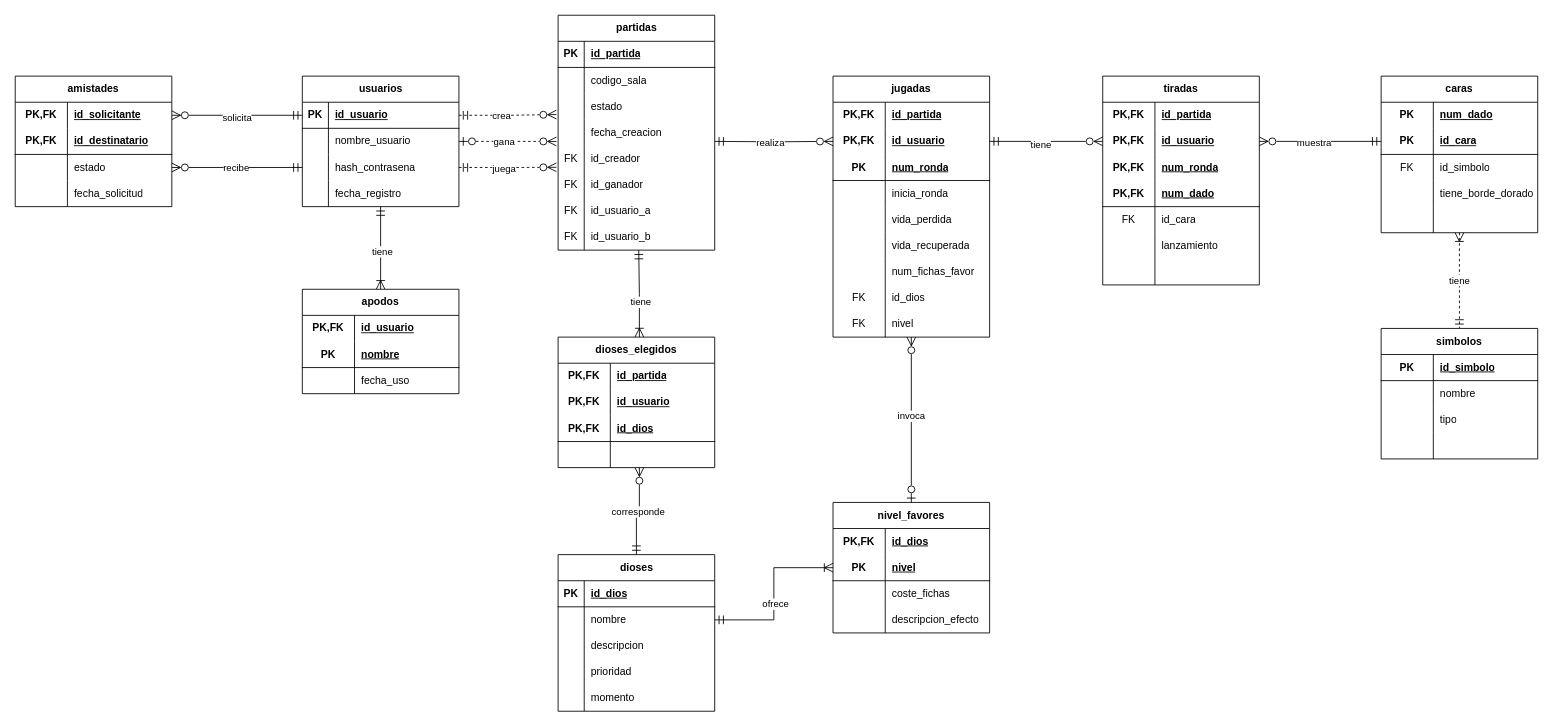
The draw.io diagram page "modelo-relacional-v3" (4 of 4) of diagrams/modelado-proyecto-orlog.drawio in observadoro/mer, before the edit. Source tidied: cells renumbered, new cells numbered last; positions are measured from the earlier drawing's top-left corner, leaving out a move shared by most shapes. Both pictures are drawn from the tidied source at 87%, with x=0, y=0 at pixel (15, 15).
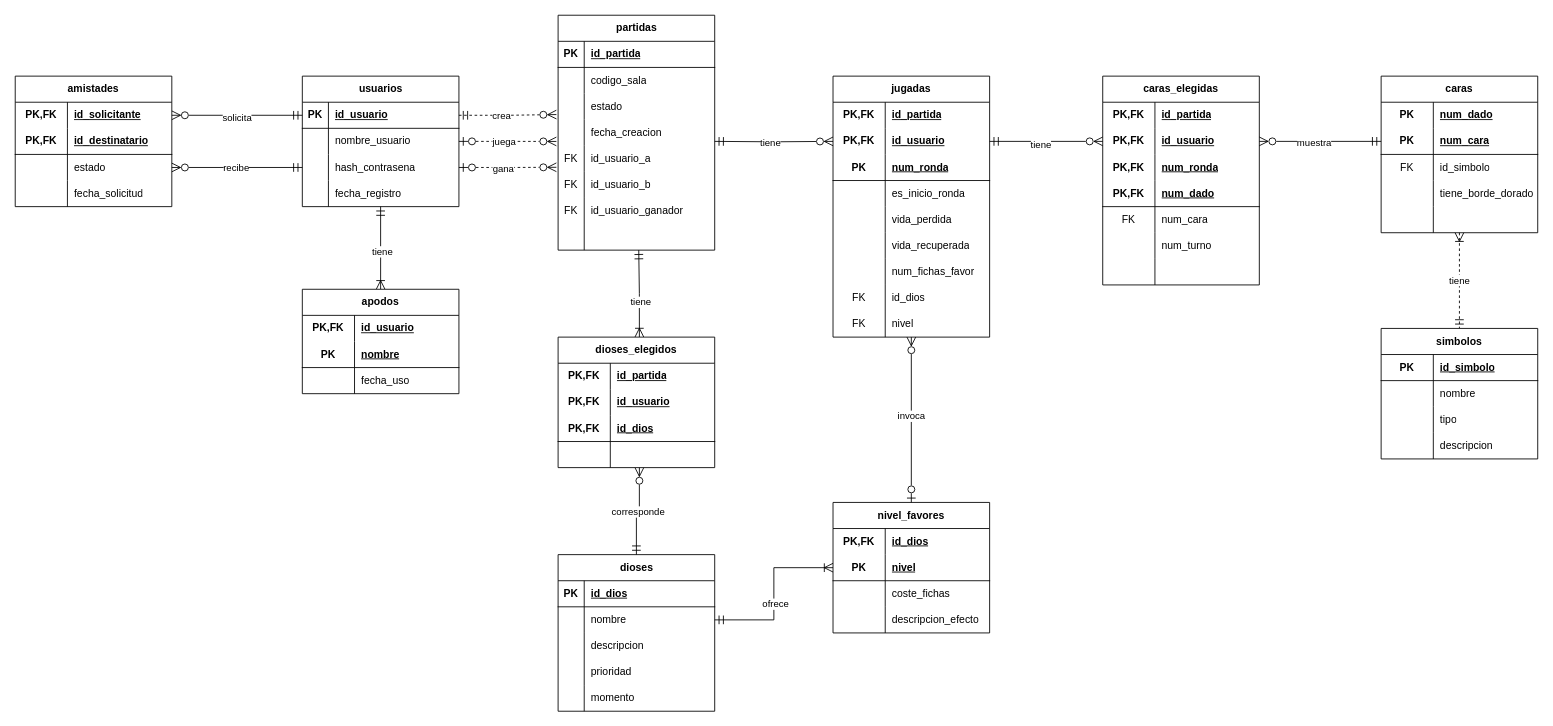
After the change.

Commit message:
Se ajustó tablas, nombres y atributos.

Unchanged cells that the change refers to:
```xml
<mxCell id="11" style="shape=tableRow;horizontal=0;startSize=0;swimlaneHead=0;swimlaneBody=0;fillColor=none;points=[[0,0.5],[1,0.5]];portConstraint=eastwest;top=0;left=0;right=0;bottom=0;" parent="4" vertex="1">
  <mxGeometry y="90" width="180" height="30" as="geometry" />
</mxCell>
<mxCell id="30" style="shape=tableRow;horizontal=0;startSize=0;swimlaneHead=0;swimlaneBody=0;fillColor=none;points=[[0,0.5],[1,0.5]];portConstraint=eastwest;top=0;left=0;right=0;bottom=0;" parent="17" vertex="1">
  <mxGeometry y="150" width="180" height="30" as="geometry" />
</mxCell>
<mxCell id="33" style="shape=tableRow;horizontal=0;startSize=0;swimlaneHead=0;swimlaneBody=0;fillColor=none;top=0;left=0;right=0;bottom=0;" parent="17" vertex="1">
  <mxGeometry y="180" width="180" height="30" as="geometry" />
</mxCell>
<mxCell id="36" style="shape=tableRow;horizontal=0;startSize=0;swimlaneHead=0;swimlaneBody=0;fillColor=none;top=0;left=0;right=0;bottom=0;" parent="17" vertex="1">
  <mxGeometry y="210" width="180" height="30" as="geometry" />
</mxCell>
<mxCell id="39" style="shape=tableRow;horizontal=0;startSize=0;swimlaneHead=0;swimlaneBody=0;fillColor=none;points=[[0,0.5],[1,0.5]];portConstraint=eastwest;top=0;left=0;right=0;bottom=0;" parent="17" vertex="1">
  <mxGeometry y="240" width="180" height="30" as="geometry" />
</mxCell>
<mxCell id="129" style="shape=tableRow;horizontal=0;startSize=0;swimlaneHead=0;swimlaneBody=0;fillColor=none;top=0;left=0;right=0;bottom=0;html=1;" parent="119" vertex="1">
  <mxGeometry y="120" width="180" height="30" as="geometry" />
</mxCell>
<mxCell id="147" style="edgeStyle=orthogonalEdgeStyle;rounded=0;jettySize=auto;html=1;entryX=0;entryY=0.5;entryDx=0;entryDy=0;defaultLabelBackgroundColor=page;endArrow=ERzeroToMany;endFill=0;startArrow=ERmandOne;startFill=0;startSize=8;endSize=8;" parent="1" edge="1" target="123">
  <mxGeometry relative="1" as="geometry">
    <mxPoint x="804" y="145" as="sourcePoint" />
  </mxGeometry>
</mxCell>
<mxCell id="162" style="shape=tableRow;horizontal=0;startSize=0;swimlaneHead=0;swimlaneBody=0;fillColor=none;top=0;left=0;right=0;bottom=0;html=1;" parent="149" vertex="1">
  <mxGeometry y="150" width="180" height="30" as="geometry" />
</mxCell>
<mxCell id="165" style="shape=tableRow;horizontal=0;startSize=0;swimlaneHead=0;swimlaneBody=0;fillColor=none;top=0;left=0;right=0;bottom=0;html=1;" parent="149" vertex="1">
  <mxGeometry y="180" width="180" height="30" as="geometry" />
</mxCell>
<mxCell id="179" style="shape=tableRow;horizontal=0;startSize=0;swimlaneHead=0;swimlaneBody=0;fillColor=none;points=[[0,0.5],[1,0.5]];portConstraint=eastwest;top=0;left=0;right=0;bottom=1;html=1;" parent="175" vertex="1">
  <mxGeometry y="60" width="180" height="30" as="geometry" />
</mxCell>
<mxCell id="205" style="shape=tableRow;horizontal=0;startSize=0;swimlaneHead=0;swimlaneBody=0;fillColor=none;top=0;left=0;right=0;bottom=0;html=1;" parent="195" vertex="1">
  <mxGeometry y="120" width="180" height="30" as="geometry" />
</mxCell>
<mxCell id="210" style="edgeStyle=orthogonalEdgeStyle;rounded=0;jettySize=auto;html=1;entryX=-0.011;entryY=0.836;entryDx=0;entryDy=0;entryPerimeter=0;defaultLabelBackgroundColor=page;endArrow=ERzeroToMany;endFill=0;startArrow=ERzeroToOne;startFill=0;dashed=1;startSize=8;endSize=8;" parent="1" edge="1" source="8" target="27">
  <mxGeometry x="-0.05" relative="1" as="geometry" />
</mxCell>
```

Diff of the diagram source:
```diff
@@
-    <mxCell id="32" value="id_creador" style="shape=partialRectangle;fillColor=none;top=0;left=0;bottom=0;right=0;align=left;spacingLeft=6;overflow=hidden;whiteSpace=wrap;html=1;" parent="30" vertex="1">
+    <mxCell id="32" value="id_usuario_a" style="shape=partialRectangle;fillColor=none;top=0;left=0;bottom=0;right=0;align=left;spacingLeft=6;overflow=hidden;whiteSpace=wrap;html=1;" parent="30" vertex="1">
       <mxGeometry x="30" width="150" height="30" as="geometry" />
     </mxCell>
@@
-    <mxCell id="35" value="id_ganador" style="shape=partialRectangle;fillColor=none;top=0;left=0;bottom=0;right=0;align=left;spacingLeft=6;overflow=hidden;whiteSpace=wrap;html=1;" parent="33" vertex="1">
+    <mxCell id="35" value="id_usuario_b" style="shape=partialRectangle;fillColor=none;top=0;left=0;bottom=0;right=0;align=left;spacingLeft=6;overflow=hidden;whiteSpace=wrap;html=1;" parent="33" vertex="1">
       <mxGeometry x="30" width="150" height="30" as="geometry" />
     </mxCell>
@@
-    <mxCell id="38" value="id_usuario_a" style="shape=partialRectangle;fillColor=none;top=0;left=0;bottom=0;right=0;align=left;spacingLeft=6;overflow=hidden;whiteSpace=wrap;html=1;" parent="36" vertex="1">
+    <mxCell id="38" value="id_usuario_ganador" style="shape=partialRectangle;fillColor=none;top=0;left=0;bottom=0;right=0;align=left;spacingLeft=6;overflow=hidden;whiteSpace=wrap;html=1;" parent="36" vertex="1">
       <mxGeometry x="30" width="150" height="30" as="geometry" />
     </mxCell>
@@
-    <mxCell id="40" value="FK" style="shape=partialRectangle;fillColor=none;top=0;left=0;bottom=0;right=0;overflow=hidden;whiteSpace=wrap;html=1;" parent="39" vertex="1">
+    <mxCell id="40" style="shape=partialRectangle;fillColor=none;top=0;left=0;bottom=0;right=0;overflow=hidden;whiteSpace=wrap;html=1;" parent="39" vertex="1">
       <mxGeometry width="30" height="30" as="geometry" />
     </mxCell>
-    <mxCell id="41" value="id_usuario_b" style="shape=partialRectangle;fillColor=none;top=0;left=0;bottom=0;right=0;align=left;spacingLeft=6;overflow=hidden;whiteSpace=wrap;html=1;" parent="39" vertex="1">
+    <mxCell id="41" style="shape=partialRectangle;fillColor=none;top=0;left=0;bottom=0;right=0;align=left;spacingLeft=6;overflow=hidden;whiteSpace=wrap;html=1;" parent="39" vertex="1">
       <mxGeometry x="30" width="150" height="30" as="geometry" />
     </mxCell>
@@
-    <mxCell id="131" value="inicia_ronda" style="shape=partialRectangle;fillColor=none;top=0;left=0;bottom=0;right=0;align=left;spacingLeft=6;overflow=hidden;html=1;whiteSpace=wrap;" parent="129" vertex="1">
+    <mxCell id="131" value="es_inicio_ronda" style="shape=partialRectangle;fillColor=none;top=0;left=0;bottom=0;right=0;align=left;spacingLeft=6;overflow=hidden;html=1;whiteSpace=wrap;" parent="129" vertex="1">
       <mxGeometry x="60" width="120" height="30" as="geometry" />
     </mxCell>
@@
-    <mxCell id="148" value="realiza" style="edgeLabel;html=1;align=center;verticalAlign=middle;inheritText=1;defaultLabelBackgroundColor=page;" parent="147" vertex="1">
+    <mxCell id="148" value="tiene" style="edgeLabel;html=1;align=center;verticalAlign=middle;inheritText=1;defaultLabelBackgroundColor=page;" parent="147" vertex="1">
       <mxGeometry x="-0.06" y="-1" relative="1" as="geometry" />
     </mxCell>
-    <mxCell id="149" value="tiradas" style="shape=table;startSize=30;childLayout=tableLayout;rowLines=0;fontStyle=1;align=center;html=1;whiteSpace=wrap;" parent="1" vertex="1">
+    <mxCell id="149" value="caras_elegidas" style="shape=table;startSize=30;childLayout=tableLayout;rowLines=0;fontStyle=1;align=center;html=1;whiteSpace=wrap;" parent="1" vertex="1">
       <mxGeometry x="1250" y="70" width="180" height="240" as="geometry" />
     </mxCell>
@@
-    <mxCell id="164" value="id_cara" style="shape=partialRectangle;fillColor=none;top=0;left=0;bottom=0;right=0;align=left;spacingLeft=6;overflow=hidden;html=1;whiteSpace=wrap;" parent="162" vertex="1">
+    <mxCell id="164" value="num_cara" style="shape=partialRectangle;fillColor=none;top=0;left=0;bottom=0;right=0;align=left;spacingLeft=6;overflow=hidden;html=1;whiteSpace=wrap;" parent="162" vertex="1">
       <mxGeometry x="60" width="120" height="30" as="geometry" />
     </mxCell>
@@
-    <mxCell id="167" value="lanzamiento" style="shape=partialRectangle;fillColor=none;top=0;left=0;bottom=0;right=0;align=left;spacingLeft=6;overflow=hidden;html=1;whiteSpace=wrap;" parent="165" vertex="1">
+    <mxCell id="167" value="num_turno" style="shape=partialRectangle;fillColor=none;top=0;left=0;bottom=0;right=0;align=left;spacingLeft=6;overflow=hidden;html=1;whiteSpace=wrap;" parent="165" vertex="1">
       <mxGeometry x="60" width="120" height="30" as="geometry" />
     </mxCell>
@@
-    <mxCell id="181" value="id_cara" style="shape=partialRectangle;fillColor=none;top=0;left=0;bottom=0;right=0;align=left;spacingLeft=6;fontStyle=5;overflow=hidden;html=1;whiteSpace=wrap;" parent="179" vertex="1">
+    <mxCell id="181" value="num_cara" style="shape=partialRectangle;fillColor=none;top=0;left=0;bottom=0;right=0;align=left;spacingLeft=6;fontStyle=5;overflow=hidden;html=1;whiteSpace=wrap;" parent="179" vertex="1">
       <mxGeometry x="60" width="120" height="30" as="geometry" />
     </mxCell>
@@
-    <mxCell id="207" style="shape=partialRectangle;fillColor=none;top=0;left=0;bottom=0;right=0;align=left;spacingLeft=6;overflow=hidden;html=1;whiteSpace=wrap;" parent="205" vertex="1">
+    <mxCell id="207" value="descripcion" style="shape=partialRectangle;fillColor=none;top=0;left=0;bottom=0;right=0;align=left;spacingLeft=6;overflow=hidden;html=1;whiteSpace=wrap;" parent="205" vertex="1">
       <mxGeometry x="60" width="120" height="30" as="geometry" />
     </mxCell>
@@
-    <mxCell id="211" value="gana" style="edgeLabel;html=1;align=center;verticalAlign=middle;inheritText=1;defaultLabelBackgroundColor=page;" parent="210" vertex="1">
+    <mxCell id="211" value="juega" style="edgeLabel;html=1;align=center;verticalAlign=middle;inheritText=1;defaultLabelBackgroundColor=page;" parent="210" vertex="1">
       <mxGeometry x="-0.2" y="2" relative="1" as="geometry">
         <mxPoint x="6" y="2" as="offset" />
       </mxGeometry>
     </mxCell>
-    <mxCell id="212" style="edgeStyle=orthogonalEdgeStyle;rounded=0;jettySize=auto;html=1;entryX=-0.011;entryY=0.826;entryDx=0;entryDy=0;entryPerimeter=0;defaultLabelBackgroundColor=page;endArrow=ERzeroToMany;endFill=0;startArrow=ERmandOne;startFill=0;dashed=1;startSize=8;endSize=8;" parent="1" edge="1" source="11" target="30">
-      <mxGeometry x="-0.04" relative="1" as="geometry" />
+    <mxCell id="212" style="edgeStyle=orthogonalEdgeStyle;rounded=0;jettySize=auto;html=1;entryX=-0.011;entryY=0.826;entryDx=0;entryDy=0;entryPerimeter=0;defaultLabelBackgroundColor=page;endArrow=ERzeroToMany;endFill=0;startArrow=ERzeroToOne;startFill=0;dashed=1;startSize=8;endSize=8;" parent="1" edge="1" source="11" target="30">
+      <mxGeometry x="-0.05" relative="1" as="geometry" />
     </mxCell>
-    <mxCell id="213" value="juega" style="edgeLabel;html=1;align=center;verticalAlign=middle;inheritText=1;defaultLabelBackgroundColor=page;" parent="212" vertex="1">
-      <mxGeometry x="-0.2" y="-1" relative="1" as="geometry">
+    <mxCell id="213" value="gana" style="edgeLabel;html=1;align=center;verticalAlign=middle;inheritText=1;defaultLabelBackgroundColor=page;" parent="212" vertex="1">
+      <mxGeometry x="-0.21" y="-1" relative="1" as="geometry">
         <mxPoint x="6" as="offset" />
       </mxGeometry>
     </mxCell>
```
